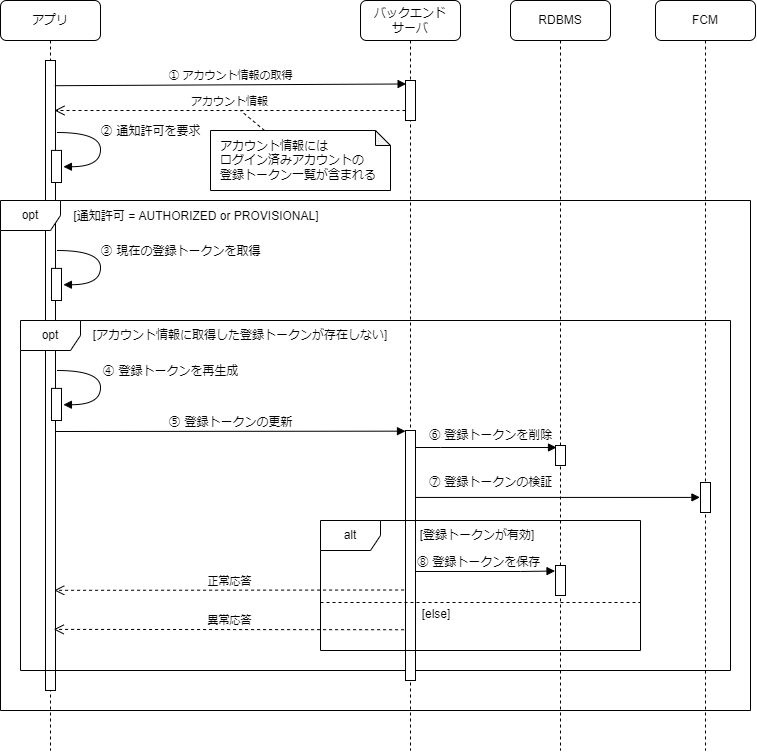
This is website/docs/react-native/santoku/application-architecture/push-notification/register-token.drawio.png from ws-4020/mobile-app-crib-notes, a draw.io export, as it was before one commit. Source tidied: cells renumbered, new cells last; positions are measured from the earlier drawing's top-left corner, leaving out a move shared by most shapes.
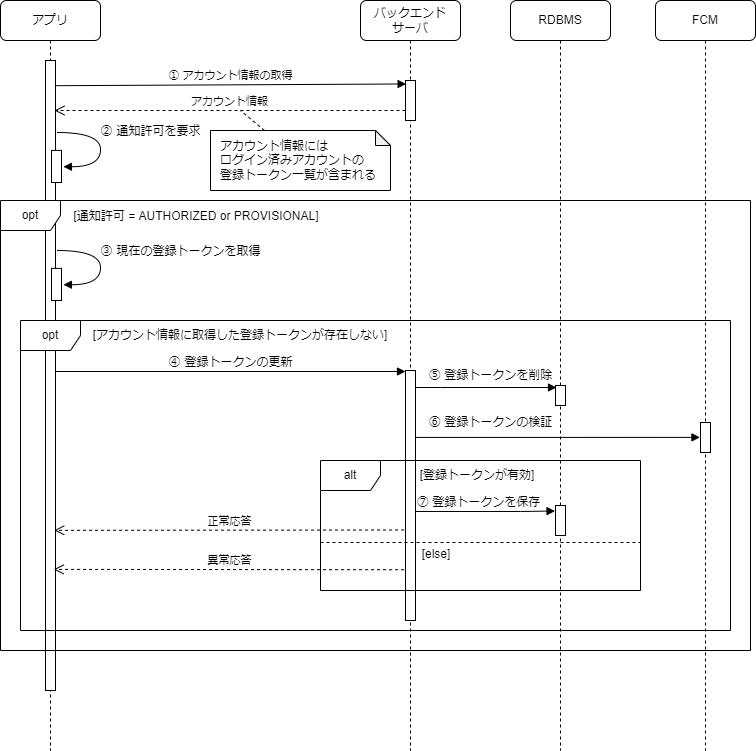
The same file after the commit.

The edit, as a diff of the source:
```diff
@@ -21,27 +21,27 @@
       </mxGeometry>
     </mxCell>
     <mxCell id="6" value="opt" style="shape=umlFrame;whiteSpace=wrap;html=1;" parent="1" vertex="1">
-      <mxGeometry x="20" y="320" width="710" height="350" as="geometry" />
+      <mxGeometry x="20" y="320" width="710" height="310" as="geometry" />
     </mxCell>
     <mxCell id="7" value="opt" style="shape=umlFrame;whiteSpace=wrap;html=1;" parent="1" vertex="1">
-      <mxGeometry y="200" width="750" height="510" as="geometry" />
+      <mxGeometry y="200" width="750" height="450" as="geometry" />
     </mxCell>
     <mxCell id="8" value="バックエンド&lt;br&gt;サーバ" style="shape=umlLifeline;perimeter=lifelinePerimeter;whiteSpace=wrap;html=1;rounded=1;shadow=0;comic=0;labelBackgroundColor=none;strokeWidth=1;fontFamily=Verdana;fontSize=12;align=center;" parent="1" vertex="1">
       <mxGeometry x="360" width="100" height="750" as="geometry" />
     </mxCell>
     <mxCell id="9" style="html=1;points=[];perimeter=orthogonalPerimeter;rounded=0;shadow=0;comic=0;labelBackgroundColor=none;strokeWidth=1;fontFamily=Verdana;fontSize=12;align=center;" parent="8" vertex="1">
-      <mxGeometry x="45" y="430" width="10" height="250" as="geometry" />
+      <mxGeometry x="45" y="370" width="10" height="250" as="geometry" />
     </mxCell>
     <mxCell id="10" style="html=1;points=[];perimeter=orthogonalPerimeter;" parent="8" vertex="1">
       <mxGeometry x="45" y="80" width="10" height="40" as="geometry" />
     </mxCell>
     <mxCell id="11" value="alt" style="shape=umlFrame;whiteSpace=wrap;html=1;" parent="1" vertex="1">
-      <mxGeometry x="320" y="520" width="320" height="130" as="geometry" />
+      <mxGeometry x="320" y="460" width="320" height="130" as="geometry" />
     </mxCell>
-    <mxCell id="12" value="⑤ 登録トークンの更新" style="html=1;verticalAlign=bottom;endArrow=block;entryX=0;entryY=0;labelBackgroundColor=none;fontFamily=Verdana;fontSize=12;edgeStyle=elbowEdgeStyle;elbow=vertical;" parent="1" edge="1">
+    <mxCell id="12" value="④ 登録トークンの更新" style="html=1;verticalAlign=bottom;endArrow=block;entryX=0;entryY=0;labelBackgroundColor=none;fontFamily=Verdana;fontSize=12;edgeStyle=elbowEdgeStyle;elbow=vertical;" parent="1" edge="1">
       <mxGeometry relative="1" as="geometry">
-        <mxPoint x="55" y="431" as="sourcePoint" />
-        <mxPoint x="405" y="431" as="targetPoint" />
+        <mxPoint x="55" y="371" as="sourcePoint" />
+        <mxPoint x="405" y="371" as="targetPoint" />
       </mxGeometry>
     </mxCell>
     <mxCell id="13" value="[通知許可 = AUTHORIZED or PROVISIONAL]" style="text;html=1;strokeColor=none;fillColor=none;align=center;verticalAlign=middle;whiteSpace=wrap;rounded=0;" parent="1" vertex="1">
@@ -71,18 +71,6 @@
     <mxCell id="18" value="[アカウント情報に取得した登録トークンが存在しない]" style="text;html=1;strokeColor=none;fillColor=none;align=center;verticalAlign=middle;whiteSpace=wrap;rounded=0;" parent="1" vertex="1">
       <mxGeometry x="90" y="320" width="300" height="30" as="geometry" />
     </mxCell>
-    <mxCell id="19" style="html=1;points=[];perimeter=orthogonalPerimeter;rounded=0;shadow=0;comic=0;labelBackgroundColor=none;strokeWidth=1;fontFamily=Verdana;fontSize=12;align=center;" parent="1" vertex="1">
-      <mxGeometry x="51" y="387.9" width="10" height="32.1" as="geometry" />
-    </mxCell>
-    <mxCell id="20" value="④ 登録トークンを再生成" style="html=1;verticalAlign=bottom;endArrow=block;labelBackgroundColor=none;fontFamily=Verdana;fontSize=12;elbow=vertical;edgeStyle=orthogonalEdgeStyle;curved=1;exitX=1.038;exitY=0.345;exitPerimeter=0;entryX=1.192;entryY=0.509;entryDx=0;entryDy=0;entryPerimeter=0;" parent="1" edge="1" target="19">
-      <mxGeometry x="-0.07" y="70" relative="1" as="geometry">
-        <mxPoint x="56.4" y="370" as="sourcePoint" />
-        <Array as="points">
-          <mxPoint x="100" y="370" />
-          <mxPoint x="100" y="404" />
-        </Array>
-      </mxGeometry>
-    </mxCell>
     <mxCell id="21" style="rounded=0;jettySize=auto;html=1;fontSize=12;dashed=1;endArrow=none;endFill=0;" parent="1" edge="1" source="22">
       <mxGeometry relative="1" as="geometry">
         <mxPoint x="240" y="110" as="targetPoint" />
@@ -91,33 +79,33 @@
     <mxCell id="22" value="アカウント情報には&lt;br style=&quot;font-size: 12px;&quot;&gt;ログイン済みアカウントの&lt;br style=&quot;font-size: 12px;&quot;&gt;登録トークン一覧が含まれる" style="shape=note;whiteSpace=wrap;html=1;backgroundOutline=1;darkOpacity=0.05;fontSize=12;size=15;align=left;spacingTop=0;spacingLeft=8;" parent="1" vertex="1">
       <mxGeometry x="210" y="130" width="180" height="60" as="geometry" />
     </mxCell>
-    <mxCell id="23" value="⑦ 登録トークンの検証" style="edgeStyle=orthogonalEdgeStyle;rounded=0;jettySize=auto;html=1;endArrow=block;endFill=1;fontSize=12;entryX=-0.056;entryY=0.495;entryDx=0;entryDy=0;entryPerimeter=0;" parent="1" edge="1" target="28">
+    <mxCell id="23" value="⑥ 登録トークンの検証" style="edgeStyle=orthogonalEdgeStyle;rounded=0;jettySize=auto;html=1;endArrow=block;endFill=1;fontSize=12;entryX=-0.056;entryY=0.495;entryDx=0;entryDy=0;entryPerimeter=0;" parent="1" edge="1" target="28">
       <mxGeometry x="-0.47" y="15" relative="1" as="geometry">
-        <mxPoint x="415" y="496.9" as="sourcePoint" />
+        <mxPoint x="415" y="436.9" as="sourcePoint" />
         <Array as="points">
-          <mxPoint x="690" y="497" />
+          <mxPoint x="690" y="437" />
         </Array>
       </mxGeometry>
     </mxCell>
     <mxCell id="24" value="[登録トークンが有効]" style="text;html=1;strokeColor=none;fillColor=none;align=center;verticalAlign=middle;whiteSpace=wrap;rounded=0;" parent="1" vertex="1">
-      <mxGeometry x="412" y="520" width="130" height="30" as="geometry" />
+      <mxGeometry x="412" y="460" width="130" height="30" as="geometry" />
     </mxCell>
-    <mxCell id="25" value="⑧ 登録トークンを保存" style="edgeStyle=orthogonalEdgeStyle;rounded=0;jettySize=auto;html=1;fontSize=12;endArrow=block;endFill=1;entryX=-0.047;entryY=0.184;entryDx=0;entryDy=0;entryPerimeter=0;" parent="1" edge="1" target="30">
+    <mxCell id="25" value="⑦ 登録トークンを保存" style="edgeStyle=orthogonalEdgeStyle;rounded=0;jettySize=auto;html=1;fontSize=12;endArrow=block;endFill=1;entryX=-0.047;entryY=0.184;entryDx=0;entryDy=0;entryPerimeter=0;" parent="1" edge="1" target="30">
       <mxGeometry x="-0.07" y="9" relative="1" as="geometry">
-        <mxPoint x="415" y="568" as="sourcePoint" />
+        <mxPoint x="415" y="508" as="sourcePoint" />
         <Array as="points">
-          <mxPoint x="415" y="571" />
-          <mxPoint x="520" y="571" />
+          <mxPoint x="415" y="511" />
+          <mxPoint x="520" y="511" />
         </Array>
       </mxGeometry>
     </mxCell>
-    <mxCell id="26" value="⑥ 登録トークンを削除" style="edgeStyle=orthogonalEdgeStyle;rounded=0;orthogonalLoop=1;jettySize=auto;html=1;fontSize=12;endArrow=block;endFill=1;" parent="1" edge="1">
+    <mxCell id="26" value="⑤ 登録トークンを削除" style="edgeStyle=orthogonalEdgeStyle;rounded=0;orthogonalLoop=1;jettySize=auto;html=1;fontSize=12;endArrow=block;endFill=1;" parent="1" edge="1">
       <mxGeometry x="0.06" y="12" relative="1" as="geometry">
-        <mxPoint x="415" y="447" as="sourcePoint" />
-        <mxPoint x="556" y="447" as="targetPoint" />
+        <mxPoint x="415" y="387" as="sourcePoint" />
+        <mxPoint x="556" y="387" as="targetPoint" />
         <Array as="points">
-          <mxPoint x="440" y="447" />
-          <mxPoint x="440" y="447" />
+          <mxPoint x="440" y="387" />
+          <mxPoint x="440" y="387" />
         </Array>
       </mxGeometry>
     </mxCell>
@@ -125,28 +113,32 @@
       <mxGeometry x="655" width="100" height="750" as="geometry" />
     </mxCell>
     <mxCell id="28" style="html=1;points=[];perimeter=orthogonalPerimeter;rounded=0;" parent="27" vertex="1">
-      <mxGeometry x="45" y="482" width="10" height="30" as="geometry" />
+      <mxGeometry x="45" y="422" width="10" height="30" as="geometry" />
     </mxCell>
     <mxCell id="29" value="RDBMS" style="shape=umlLifeline;perimeter=lifelinePerimeter;whiteSpace=wrap;html=1;rounded=1;" parent="1" vertex="1">
       <mxGeometry x="510" width="100" height="750" as="geometry" />
     </mxCell>
     <mxCell id="30" style="html=1;points=[];perimeter=orthogonalPerimeter;rounded=0;" parent="29" vertex="1">
-      <mxGeometry x="45" y="565" width="10" height="30" as="geometry" />
+      <mxGeometry x="45" y="505" width="10" height="30" as="geometry" />
     </mxCell>
     <mxCell id="31" style="html=1;perimeter=orthogonalPerimeter;rounded=0;fontSize=12;" parent="1" vertex="1">
-      <mxGeometry x="555" y="445" width="10" height="20" as="geometry" />
+      <mxGeometry x="555" y="385" width="10" height="20" as="geometry" />
     </mxCell>
     <mxCell id="32" style="line;strokeWidth=1;fillColor=none;align=left;verticalAlign=middle;spacingTop=-1;spacingLeft=3;spacingRight=3;labelPosition=right;dashed=1;" parent="1" vertex="1">
-      <mxGeometry x="320" y="598" width="320" height="8" as="geometry" />
+      <mxGeometry x="320" y="538" width="320" height="8" as="geometry" />
     </mxCell>
-    <mxCell id="33" value="正常応答" style="html=1;verticalAlign=bottom;endArrow=open;dashed=1;endSize=8;rounded=0;exitX=-0.141;exitY=0.638;exitDx=0;exitDy=0;exitPerimeter=0;entryX=0.873;entryY=0.841;entryDx=0;entryDy=0;entryPerimeter=0;" parent="1" edge="1" source="9" target="3">
-      <mxGeometry relative="1" as="geometry" />
+    <mxCell id="33" value="正常応答" style="html=1;verticalAlign=bottom;endArrow=open;dashed=1;endSize=8;rounded=0;exitX=-0.141;exitY=0.638;exitDx=0;exitDy=0;exitPerimeter=0;entryX=0.873;entryY=0.841;entryDx=0;entryDy=0;entryPerimeter=0;" parent="1" edge="1" source="9">
+      <mxGeometry relative="1" as="geometry">
+        <mxPoint x="53.7" y="529.8" as="targetPoint" />
+      </mxGeometry>
     </mxCell>
-    <mxCell id="34" value="異常応答" style="html=1;verticalAlign=bottom;endArrow=open;dashed=1;endSize=8;exitX=-0.141;exitY=0.797;rounded=0;exitDx=0;exitDy=0;exitPerimeter=0;entryX=0.82;entryY=0.903;entryDx=0;entryDy=0;entryPerimeter=0;" parent="1" edge="1" source="9" target="3">
-      <mxGeometry relative="1" as="geometry" />
+    <mxCell id="34" value="異常応答" style="html=1;verticalAlign=bottom;endArrow=open;dashed=1;endSize=8;exitX=-0.141;exitY=0.797;rounded=0;exitDx=0;exitDy=0;exitPerimeter=0;entryX=0.82;entryY=0.903;entryDx=0;entryDy=0;entryPerimeter=0;" parent="1" edge="1" source="9">
+      <mxGeometry relative="1" as="geometry">
+        <mxPoint x="53.2" y="568.9" as="targetPoint" />
+      </mxGeometry>
     </mxCell>
     <mxCell id="35" value="[else]" style="text;html=1;strokeColor=none;fillColor=none;align=center;verticalAlign=middle;whiteSpace=wrap;rounded=0;" parent="1" vertex="1">
-      <mxGeometry x="412" y="599" width="48" height="30" as="geometry" />
+      <mxGeometry x="412" y="539" width="48" height="30" as="geometry" />
     </mxCell>
   </root>
 </mxGraphModel>
```
